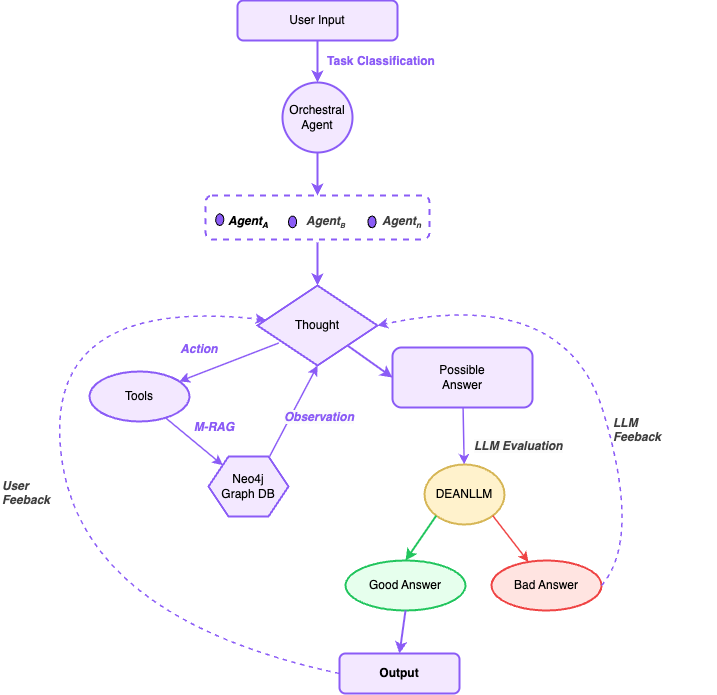
This is workflow.png from SALT-Lab-Human-AI/project-check-point-1-aidee, a draw.io export, as it was before one commit. Source tidied: cells renumbered, new cells last; positions are measured from the earlier drawing's top-left corner, leaving out a move shared by most shapes.
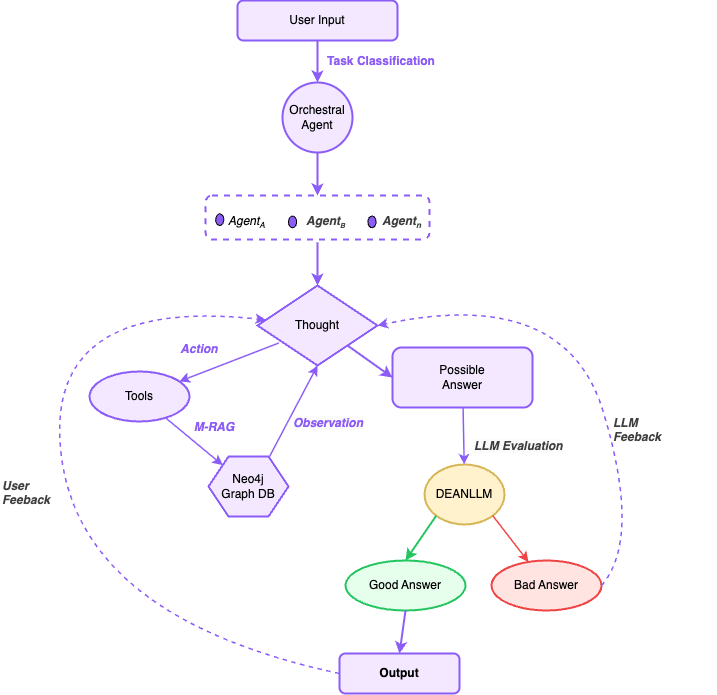
The same file after the commit.

Commit message:
fix incorrect space

What changed in the source:
```diff
@@ -23,7 +23,7 @@
     <mxCell id="8" style="ellipse;whiteSpace=wrap;html=1;strokeWidth=1;fillColor=#8B5CF6;" parent="5" vertex="1">
       <mxGeometry x="162.5" y="20.5" width="8.1" height="11.7" as="geometry" />
     </mxCell>
-    <mxCell id="9" value="&lt;div style=&quot;text-align: center;&quot;&gt;&lt;span style=&quot;background-color: transparent;&quot;&gt;&lt;b&gt;&lt;i&gt;Agent&lt;span style=&quot;font-size: 10px;&quot;&gt;&lt;sub&gt;A&lt;/sub&gt;&lt;/span&gt;&amp;nbsp;&lt;/i&gt;&lt;/b&gt;&lt;/span&gt;&lt;/div&gt;" style="text;whiteSpace=wrap;html=1;" parent="5" vertex="1">
+    <mxCell id="9" value="&lt;div style=&quot;text-align: center;&quot;&gt;&lt;span style=&quot;background-color: transparent;&quot;&gt;&lt;i style=&quot;&quot;&gt;Agent&lt;span style=&quot;font-size: 10px;&quot;&gt;&lt;sub&gt;A&lt;/sub&gt;&lt;/span&gt;&amp;nbsp;&lt;/i&gt;&lt;/span&gt;&lt;/div&gt;" style="text;whiteSpace=wrap;html=1;" parent="5" vertex="1">
       <mxGeometry x="21.3" y="11.7" width="50.9" height="29.3" as="geometry" />
     </mxCell>
     <mxCell id="10" value="&lt;b style=&quot;color: rgb(63, 63, 63); scrollbar-color: rgb(226, 226, 226) rgb(251, 251, 251); text-align: center;&quot;&gt;&lt;i style=&quot;color: rgb(63, 63, 63); scrollbar-color: rgb(226, 226, 226) rgb(251, 251, 251);&quot;&gt;Agent&lt;span style=&quot;font-size: 8.33333px;&quot;&gt;&lt;sub&gt;B&lt;/sub&gt;&lt;/span&gt;&lt;/i&gt;&lt;/b&gt;" style="text;whiteSpace=wrap;html=1;" parent="5" vertex="1">
@@ -97,7 +97,7 @@
       <mxGeometry relative="1" as="geometry" />
     </mxCell>
     <mxCell id="31" value="&lt;span style=&quot;color: rgb(139, 92, 246); font-family: Helvetica; font-size: 12px; font-style: italic; font-variant-ligatures: normal; font-variant-caps: normal; letter-spacing: normal; orphans: 2; text-align: center; text-indent: 0px; text-transform: none; widows: 2; word-spacing: 0px; -webkit-text-stroke-width: 0px; white-space: normal; background-color: rgb(251, 251, 251); text-decoration-thickness: initial; text-decoration-style: initial; text-decoration-color: initial; float: none; display: inline !important;&quot;&gt;&lt;b&gt;Observation&lt;/b&gt;&lt;/span&gt;&lt;div&gt;&lt;span style=&quot;color: rgb(139, 92, 246); font-family: Helvetica; font-size: 12px; font-style: italic; font-variant-ligatures: normal; font-variant-caps: normal; font-weight: 400; letter-spacing: normal; orphans: 2; text-align: center; text-indent: 0px; text-transform: none; widows: 2; word-spacing: 0px; -webkit-text-stroke-width: 0px; white-space: normal; background-color: rgb(251, 251, 251); text-decoration-thickness: initial; text-decoration-style: initial; text-decoration-color: initial; float: none; display: inline !important;&quot;&gt;&lt;br&gt;&lt;/span&gt;&lt;/div&gt;" style="text;whiteSpace=wrap;html=1;" parent="1" vertex="1">
-      <mxGeometry x="282" y="403" width="70" height="40" as="geometry" />
+      <mxGeometry x="291" y="409" width="70" height="40" as="geometry" />
     </mxCell>
     <mxCell id="32" style="endArrow=classic;strokeWidth=2;strokeColor=#8B5CF6;exitX=1;exitY=1;exitDx=0;exitDy=0;entryX=0;entryY=0.5;entryDx=0;entryDy=0;" parent="1" edge="1" source="12" target="16">
       <mxGeometry relative="1" as="geometry" />
```
